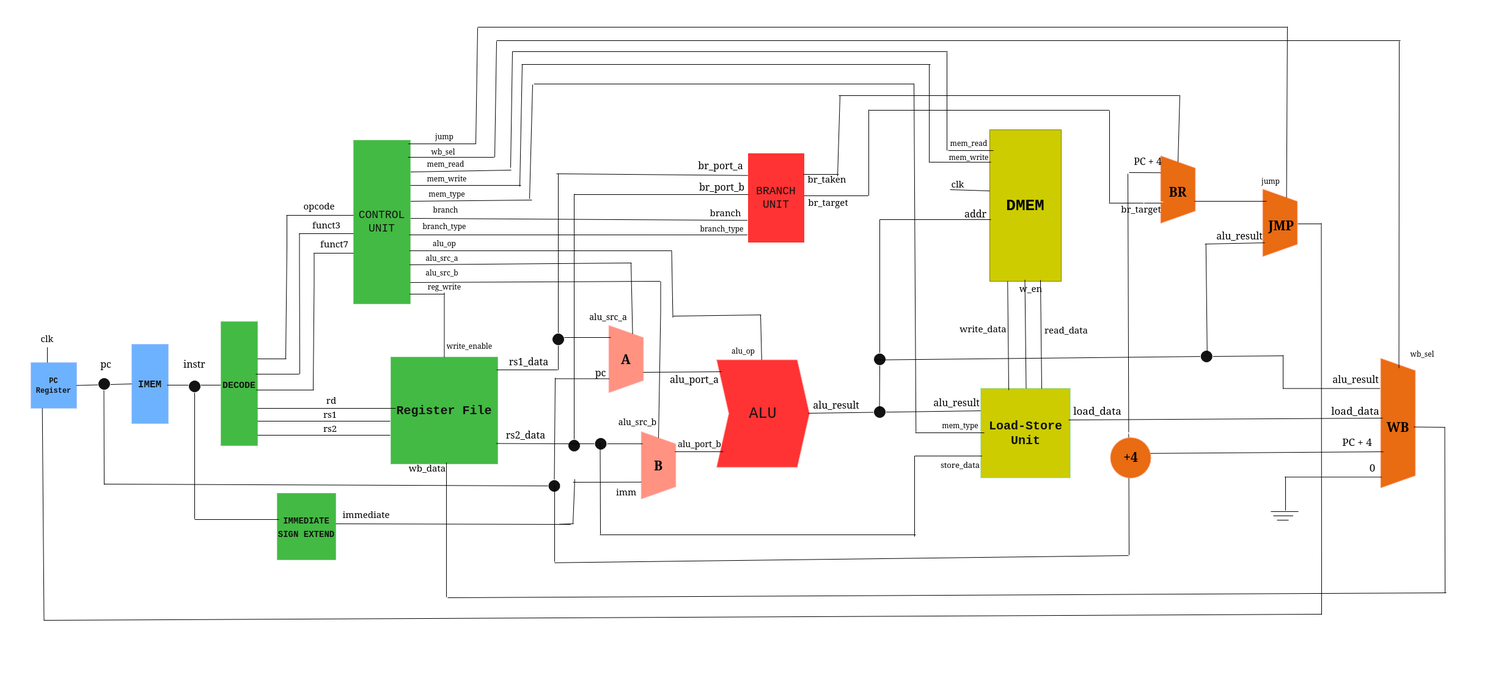
tasath26/RV32I-CPU keeps this draw.io diagram as screenshots/block_diagram.png. Above is the earlier version. Source tidied: cells renumbered, new cells last; positions are measured from the earlier drawing's top-left corner, leaving out a move shared by most shapes.
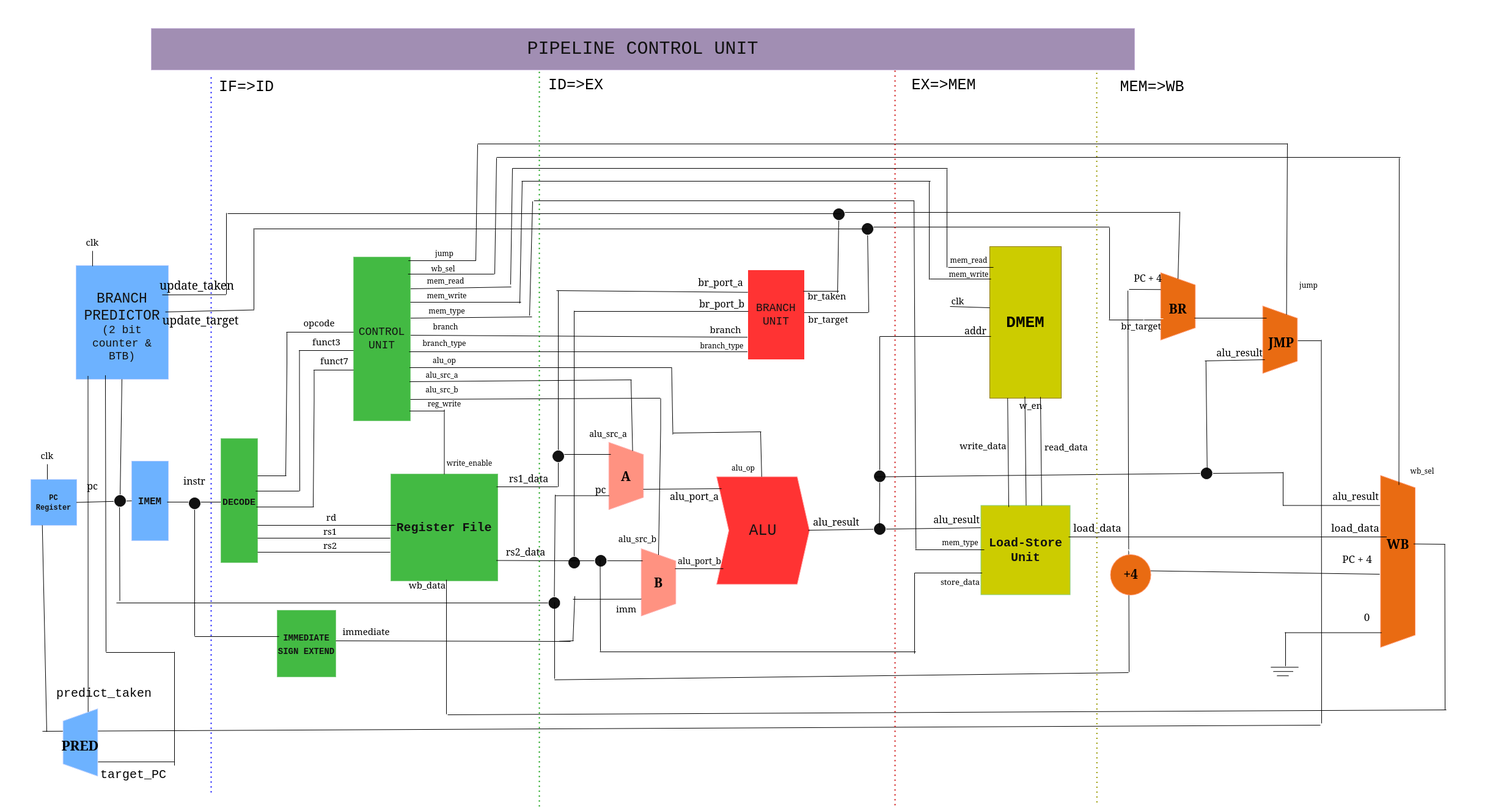
The same file after the commit.

Diff of the diagram source:
```diff
@@ -23,3 +23,3 @@
     <mxCell id="7" value="&lt;font style=&quot;font-size: 16px;&quot;&gt;&lt;span style=&quot;color: light-dark(rgb(0, 0, 0), rgb(0, 0, 0));&quot;&gt;pc&lt;/span&gt;&lt;/font&gt;" style="text;html=1;whiteSpace=wrap;strokeColor=none;fillColor=none;align=center;verticalAlign=middle;rounded=0;" parent="1" vertex="1">
-      <mxGeometry x="143" y="579.5" width="60" height="30" as="geometry" />
+      <mxGeometry x="121" y="588" width="60" height="30" as="geometry" />
     </mxCell>
@@ -321,4 +321,4 @@
       <mxGeometry relative="1" as="geometry">
-        <mxPoint x="169.5" y="631" as="sourcePoint" />
-        <mxPoint x="170" y="793" as="targetPoint" />
+        <mxPoint x="195.1" y="629.5" as="sourcePoint" />
+        <mxPoint x="195.6" y="791.5" as="targetPoint" />
       </mxGeometry>
@@ -393,3 +393,3 @@
       <mxGeometry relative="1" as="geometry">
-        <mxPoint x="170" y="792" as="sourcePoint" />
+        <mxPoint x="190" y="795" as="sourcePoint" />
         <mxPoint x="907" y="795" as="targetPoint" />
@@ -427,3 +427,3 @@
     <mxCell id="99" style="shape=trapezoid;perimeter=trapezoidPerimeter;whiteSpace=wrap;html=1;fixedSize=1;rotation=90;fillColor=#fa6800;strokeColor=#C73500;fontColor=#000000;" parent="1" vertex="1">
-      <mxGeometry x="2181" y="664" width="211.8" height="56.5" as="geometry" />
+      <mxGeometry x="2146.4" y="698.6" width="281" height="56.5" as="geometry" />
     </mxCell>
@@ -507,5 +507,2 @@
     </mxCell>
-    <mxCell id="114" style="ellipse;whiteSpace=wrap;html=1;" parent="1" vertex="1">
-      <mxGeometry x="160" y="618" width="20" height="20" as="geometry" />
-    </mxCell>
     <mxCell id="115" style="endArrow=none;html=1;rounded=0;strokeColor=light-dark(#000000,#000000);" parent="1" edge="1" target="116">
@@ -639,3 +636,3 @@
     </mxCell>
-    <mxCell id="145" style="endArrow=none;html=1;rounded=0;strokeColor=light-dark(#000000,#000000);entryX=0.461;entryY=0.94;entryDx=0;entryDy=0;entryPerimeter=0;" parent="1" edge="1" target="99">
+    <mxCell id="145" style="endArrow=none;html=1;rounded=0;strokeColor=light-dark(#000000,#000000);entryX=0.25;entryY=0;entryDx=0;entryDy=0;" parent="1" edge="1" target="165">
       <mxGeometry relative="1" as="geometry">
@@ -743,5 +740,4 @@
     </mxCell>
-    <mxCell id="168" style="endArrow=none;html=1;rounded=0;strokeColor=light-dark(#000000,#000000);" parent="1" edge="1">
+    <mxCell id="168" style="endArrow=none;html=1;rounded=0;strokeColor=light-dark(#000000,#000000);" parent="1" edge="1" source="237">
       <mxGeometry relative="1" as="geometry">
-        <mxPoint x="1370" y="288" as="sourcePoint" />
         <mxPoint x="1374" y="156" as="targetPoint" />
@@ -749,5 +745,4 @@
     </mxCell>
-    <mxCell id="169" style="endArrow=none;html=1;rounded=0;strokeColor=light-dark(#000000,#000000);" parent="1" edge="1">
+    <mxCell id="169" style="endArrow=none;html=1;rounded=0;strokeColor=light-dark(#000000,#000000);" parent="1" edge="1" source="239">
       <mxGeometry relative="1" as="geometry">
-        <mxPoint x="1421" y="319.5" as="sourcePoint" />
         <mxPoint x="1421" y="179" as="targetPoint" />
@@ -878,7 +873,8 @@
     <mxCell id="195" value="&lt;font&gt;&lt;span style=&quot;color: light-dark(rgb(0, 0, 0), rgb(0, 0, 0));&quot;&gt;jump&lt;/span&gt;&lt;/font&gt;" style="text;html=1;whiteSpace=wrap;strokeColor=none;fillColor=none;align=center;verticalAlign=middle;rounded=0;" parent="1" vertex="1">
-      <mxGeometry x="2042" y="285" width="73.5" height="21" as="geometry" />
+      <mxGeometry x="2104" y="264" width="73.5" height="21" as="geometry" />
     </mxCell>
-    <mxCell id="196" style="endArrow=none;html=1;rounded=0;strokeColor=light-dark(#000000,#000000);entryX=0.721;entryY=0.923;entryDx=0;entryDy=0;entryPerimeter=0;" parent="1" edge="1" target="99">
+    <mxCell id="196" style="endArrow=none;html=1;rounded=0;strokeColor=light-dark(#000000,#000000);" parent="1" edge="1">
       <mxGeometry relative="1" as="geometry">
         <mxPoint x="1848" y="742" as="sourcePoint" />
+        <mxPoint x="2257" y="748" as="targetPoint" />
       </mxGeometry>
@@ -899,4 +895,4 @@
       <mxGeometry relative="1" as="geometry">
-        <mxPoint x="2103" y="835.2" as="sourcePoint" />
-        <mxPoint x="2103" y="780" as="targetPoint" />
+        <mxPoint x="2103" y="898.4" as="sourcePoint" />
+        <mxPoint x="2103" y="843.2" as="targetPoint" />
       </mxGeometry>
@@ -905,4 +901,4 @@
       <mxGeometry relative="1" as="geometry">
-        <mxPoint x="2102" y="780.5" as="sourcePoint" />
-        <mxPoint x="2260" y="780.5" as="targetPoint" />
+        <mxPoint x="2102" y="843.7" as="sourcePoint" />
+        <mxPoint x="2260" y="843.7" as="targetPoint" />
       </mxGeometry>
@@ -911,4 +907,4 @@
       <mxGeometry relative="1" as="geometry">
-        <mxPoint x="2079" y="837" as="sourcePoint" />
-        <mxPoint x="2124" y="837" as="targetPoint" />
+        <mxPoint x="2079" y="900.2" as="sourcePoint" />
+        <mxPoint x="2124" y="900.2" as="targetPoint" />
       </mxGeometry>
@@ -917,4 +913,4 @@
       <mxGeometry relative="1" as="geometry">
-        <mxPoint x="2083" y="844" as="sourcePoint" />
-        <mxPoint x="2115.5" y="844" as="targetPoint" />
+        <mxPoint x="2083" y="907.2" as="sourcePoint" />
+        <mxPoint x="2115.5" y="907.2" as="targetPoint" />
       </mxGeometry>
@@ -923,4 +919,4 @@
       <mxGeometry relative="1" as="geometry">
-        <mxPoint x="2089" y="851" as="sourcePoint" />
-        <mxPoint x="2108" y="851" as="targetPoint" />
+        <mxPoint x="2089" y="914.2" as="sourcePoint" />
+        <mxPoint x="2108" y="914.2" as="targetPoint" />
       </mxGeometry>
@@ -928,3 +924,3 @@
     <mxCell id="206" value="&lt;font style=&quot;font-size: 17px;&quot;&gt;&lt;span style=&quot;color: light-dark(rgb(0, 0, 0), rgb(0, 0, 0));&quot;&gt;0&lt;/span&gt;&lt;/font&gt;" style="text;html=1;whiteSpace=wrap;strokeColor=none;fillColor=none;align=center;verticalAlign=middle;rounded=0;" parent="1" vertex="1">
-      <mxGeometry x="2211" y="754" width="68.5" height="21" as="geometry" />
+      <mxGeometry x="2202" y="807" width="68.5" height="21" as="geometry" />
     </mxCell>
@@ -965,3 +961,3 @@
       <mxGeometry relative="1" as="geometry">
-        <mxPoint x="2162" y="1006" as="sourcePoint" />
+        <mxPoint x="2162" y="992" as="sourcePoint" />
         <mxPoint x="2161.5" y="364.6" as="targetPoint" />
@@ -971,4 +967,4 @@
       <mxGeometry relative="1" as="geometry">
-        <mxPoint x="71" y="1015" as="sourcePoint" />
-        <mxPoint x="2162" y="1005" as="targetPoint" />
+        <mxPoint x="69" y="1005" as="sourcePoint" />
+        <mxPoint x="2160" y="995" as="targetPoint" />
       </mxGeometry>
@@ -977,3 +973,3 @@
       <mxGeometry relative="1" as="geometry">
-        <mxPoint x="71.5" y="1014" as="targetPoint" />
+        <mxPoint x="76" y="1006" as="targetPoint" />
       </mxGeometry>
@@ -1004,2 +1000,167 @@
     </mxCell>
+    <mxCell id="223" value="&lt;div&gt;&lt;br&gt;&lt;/div&gt;&lt;div&gt;&lt;font face=&quot;Courier New&quot; style=&quot;font-size: 23px;&quot;&gt;BRANCH PREDICTOR&lt;/font&gt;&lt;/div&gt;&lt;div&gt;&lt;font face=&quot;Courier New&quot; style=&quot;font-size: 18px;&quot;&gt;(2 bit counter &amp;amp; BTB)&lt;/font&gt;&lt;/div&gt;" style="rounded=0;whiteSpace=wrap;html=1;fillColor=#0050ef;strokeColor=#001DBC;fontColor=#ffffff;" parent="1" vertex="1">
+      <mxGeometry x="124" y="243" width="151" height="186" as="geometry" />
+    </mxCell>
+    <mxCell id="224" style="endArrow=none;html=1;rounded=0;strokeColor=light-dark(#000000,#000000);" parent="1" edge="1">
+      <mxGeometry relative="1" as="geometry">
+        <mxPoint x="151" y="244" as="sourcePoint" />
+        <mxPoint x="151" y="219" as="targetPoint" />
+      </mxGeometry>
+    </mxCell>
+    <mxCell id="225" value="&lt;font style=&quot;font-size: 15px;&quot;&gt;&lt;span style=&quot;color: light-dark(rgb(0, 0, 0), rgb(0, 0, 0));&quot;&gt;clk&lt;/span&gt;&lt;/font&gt;" style="text;html=1;whiteSpace=wrap;strokeColor=none;fillColor=none;align=center;verticalAlign=middle;rounded=0;" parent="1" vertex="1">
+      <mxGeometry x="103" y="189" width="96" height="30" as="geometry" />
+    </mxCell>
+    <mxCell id="226" style="endArrow=none;html=1;rounded=0;strokeColor=light-dark(#000000,#000000);exitX=0.341;exitY=1.004;exitDx=0;exitDy=0;exitPerimeter=0;" parent="1" edge="1" source="114">
+      <mxGeometry relative="1" as="geometry">
+        <mxPoint x="197" y="629.8" as="targetPoint" />
+      </mxGeometry>
+    </mxCell>
+    <mxCell id="227" style="endArrow=none;dashed=1;html=1;dashPattern=1 3;strokeWidth=2;rounded=0;strokeColor=light-dark(#000000,#0000FF);" parent="1" edge="1">
+      <mxGeometry relative="1" as="geometry">
+        <mxPoint x="345" y="1105" as="sourcePoint" />
+        <mxPoint x="345" y="-68" as="targetPoint" />
+      </mxGeometry>
+    </mxCell>
+    <mxCell id="228" style="endArrow=none;dashed=1;html=1;dashPattern=1 3;strokeWidth=2;rounded=0;strokeColor=light-dark(#000000,#009900);" parent="1" edge="1">
+      <mxGeometry relative="1" as="geometry">
+        <mxPoint x="882" y="1128" as="sourcePoint" />
+        <mxPoint x="882" y="-83" as="targetPoint" />
+      </mxGeometry>
+    </mxCell>
+    <mxCell id="229" style="endArrow=none;dashed=1;html=1;dashPattern=1 3;strokeWidth=2;rounded=0;strokeColor=light-dark(#000000,#CC0000);" parent="1" edge="1">
+      <mxGeometry relative="1" as="geometry">
+        <mxPoint x="1464" y="1126" as="sourcePoint" />
+        <mxPoint x="1464" y="-79" as="targetPoint" />
+      </mxGeometry>
+    </mxCell>
+    <mxCell id="230" style="endArrow=none;dashed=1;html=1;dashPattern=1 3;strokeWidth=2;rounded=0;strokeColor=light-dark(#000000,#999900);" parent="1" edge="1">
+      <mxGeometry relative="1" as="geometry">
+        <mxPoint x="1794.3" y="1121.5" as="sourcePoint" />
+        <mxPoint x="1794" y="-77" as="targetPoint" />
+      </mxGeometry>
+    </mxCell>
+    <mxCell id="231" value="&lt;font face=&quot;Courier New&quot; style=&quot;font-size: 30px;&quot;&gt;PIPELINE CONTROL UNIT&lt;/font&gt;" style="rounded=0;whiteSpace=wrap;html=1;fillColor=#76608a;strokeColor=#432D57;fontColor=#ffffff;" parent="1" vertex="1">
+      <mxGeometry x="247" y="-145" width="1609" height="68" as="geometry" />
+    </mxCell>
+    <mxCell id="232" value="&lt;font style=&quot;font-size: 25px;&quot; face=&quot;Courier New&quot;&gt;&lt;span style=&quot;color: light-dark(rgb(0, 0, 0), rgb(0, 0, 0));&quot;&gt;IF=&amp;gt;ID&lt;/span&gt;&lt;/font&gt;" style="text;html=1;whiteSpace=wrap;strokeColor=none;fillColor=none;align=center;verticalAlign=middle;rounded=0;" parent="1" vertex="1">
+      <mxGeometry x="328" y="-77" width="150" height="56" as="geometry" />
+    </mxCell>
+    <mxCell id="233" value="&lt;font style=&quot;font-size: 25px;&quot; face=&quot;Courier New&quot;&gt;&lt;span style=&quot;color: light-dark(rgb(0, 0, 0), rgb(0, 0, 0));&quot;&gt;ID=&amp;gt;EX&lt;/span&gt;&lt;/font&gt;" style="text;html=1;whiteSpace=wrap;strokeColor=none;fillColor=none;align=center;verticalAlign=middle;rounded=0;" parent="1" vertex="1">
+      <mxGeometry x="867" y="-80" width="150" height="56" as="geometry" />
+    </mxCell>
+    <mxCell id="234" value="&lt;font style=&quot;font-size: 25px;&quot; face=&quot;Courier New&quot;&gt;&lt;span style=&quot;color: light-dark(rgb(0, 0, 0), rgb(0, 0, 0));&quot;&gt;EX=&amp;gt;MEM&lt;/span&gt;&lt;/font&gt;" style="text;html=1;whiteSpace=wrap;strokeColor=none;fillColor=none;align=center;verticalAlign=middle;rounded=0;" parent="1" vertex="1">
+      <mxGeometry x="1469" y="-80" width="150" height="56" as="geometry" />
+    </mxCell>
+    <mxCell id="235" value="&lt;font style=&quot;font-size: 25px;&quot; face=&quot;Courier New&quot;&gt;&lt;span style=&quot;color: light-dark(rgb(0, 0, 0), rgb(0, 0, 0));&quot;&gt;MEM=&amp;gt;WB&lt;/span&gt;&lt;/font&gt;" style="text;html=1;whiteSpace=wrap;strokeColor=none;fillColor=none;align=center;verticalAlign=middle;rounded=0;" parent="1" vertex="1">
+      <mxGeometry x="1810" y="-77" width="150" height="56" as="geometry" />
+    </mxCell>
+    <mxCell id="236" style="endArrow=none;html=1;rounded=0;strokeColor=light-dark(#000000,#000000);" parent="1" edge="1" target="237">
+      <mxGeometry relative="1" as="geometry">
+        <mxPoint x="1370" y="288" as="sourcePoint" />
+      </mxGeometry>
+    </mxCell>
+    <mxCell id="237" style="ellipse;whiteSpace=wrap;html=1;" parent="1" vertex="1">
+      <mxGeometry x="1362" y="149" width="20" height="20" as="geometry" />
+    </mxCell>
+    <mxCell id="238" style="endArrow=none;html=1;rounded=0;strokeColor=light-dark(#000000,#000000);" parent="1" edge="1" target="239">
+      <mxGeometry relative="1" as="geometry">
+        <mxPoint x="1421" y="319.5" as="sourcePoint" />
+      </mxGeometry>
+    </mxCell>
+    <mxCell id="239" style="ellipse;whiteSpace=wrap;html=1;" parent="1" vertex="1">
+      <mxGeometry x="1409" y="173" width="20" height="20" as="geometry" />
+    </mxCell>
+    <mxCell id="240" style="endArrow=none;html=1;rounded=0;strokeColor=light-dark(#000000,#000000);" parent="1" edge="1">
+      <mxGeometry relative="1" as="geometry">
+        <mxPoint x="372" y="158" as="sourcePoint" />
+        <mxPoint x="1375" y="158.1" as="targetPoint" />
+      </mxGeometry>
+    </mxCell>
+    <mxCell id="241" style="endArrow=none;html=1;rounded=0;strokeColor=light-dark(#000000,#000000);" parent="1" edge="1">
+      <mxGeometry relative="1" as="geometry">
+        <mxPoint x="416" y="183" as="sourcePoint" />
+        <mxPoint x="1419" y="183.1" as="targetPoint" />
+      </mxGeometry>
+    </mxCell>
+    <mxCell id="242" style="endArrow=none;html=1;rounded=0;strokeColor=light-dark(#000000,#000000);" parent="1" edge="1">
+      <mxGeometry relative="1" as="geometry">
+        <mxPoint x="370" y="290" as="sourcePoint" />
+        <mxPoint x="370" y="157" as="targetPoint" />
+      </mxGeometry>
+    </mxCell>
+    <mxCell id="243" style="endArrow=none;html=1;rounded=0;strokeColor=light-dark(#000000,#000000);" parent="1" edge="1">
+      <mxGeometry relative="1" as="geometry">
+        <mxPoint x="415" y="315" as="sourcePoint" />
+        <mxPoint x="415" y="182" as="targetPoint" />
+      </mxGeometry>
+    </mxCell>
+    <mxCell id="244" style="endArrow=none;html=1;rounded=0;strokeColor=light-dark(#000000,#000000);" parent="1" edge="1">
+      <mxGeometry relative="1" as="geometry">
+        <mxPoint x="265" y="291" as="sourcePoint" />
+        <mxPoint x="369.5" y="290.6" as="targetPoint" />
+      </mxGeometry>
+    </mxCell>
+    <mxCell id="245" style="endArrow=none;html=1;rounded=0;strokeColor=light-dark(#000000,#000000);exitX=0.968;exitY=0.408;exitDx=0;exitDy=0;exitPerimeter=0;" parent="1" edge="1" source="223">
+      <mxGeometry relative="1" as="geometry">
+        <mxPoint x="415.5" y="315.6" as="targetPoint" />
+      </mxGeometry>
+    </mxCell>
+    <mxCell id="246" value="&lt;font style=&quot;font-size: 19px;&quot;&gt;&lt;span style=&quot;color: light-dark(rgb(0, 0, 0), rgb(0, 0, 0));&quot;&gt;update_taken&lt;/span&gt;&lt;/font&gt;" style="text;html=1;whiteSpace=wrap;strokeColor=none;fillColor=none;align=center;verticalAlign=middle;rounded=0;" parent="1" vertex="1">
+      <mxGeometry x="285" y="264" width="73.5" height="21" as="geometry" />
+    </mxCell>
+    <mxCell id="247" value="&lt;font style=&quot;font-size: 19px;&quot;&gt;&lt;span style=&quot;color: light-dark(rgb(0, 0, 0), rgb(0, 0, 0));&quot;&gt;update_target&lt;/span&gt;&lt;/font&gt;" style="text;html=1;whiteSpace=wrap;strokeColor=none;fillColor=none;align=center;verticalAlign=middle;rounded=0;" parent="1" vertex="1">
+      <mxGeometry x="291" y="321" width="73.5" height="21" as="geometry" />
+    </mxCell>
+    <mxCell id="248" style="endArrow=none;html=1;rounded=0;strokeColor=light-dark(#000000,#000000);exitX=0.341;exitY=1.004;exitDx=0;exitDy=0;exitPerimeter=0;entryX=1;entryY=0.75;entryDx=0;entryDy=0;" parent="1" edge="1" target="251">
+      <mxGeometry relative="1" as="geometry">
+        <mxPoint x="143.5" y="424" as="sourcePoint" />
+      </mxGeometry>
+    </mxCell>
+    <mxCell id="249" style="ellipse;whiteSpace=wrap;html=1;fillColor=light-dark(#FFFFFF,#FFFFFF);" parent="1" vertex="1">
+      <mxGeometry x="89" y="-191" width="80" height="80" as="geometry" />
+    </mxCell>
+    <mxCell id="250" value="&lt;font face=&quot;Courier New&quot; style=&quot;font-size: 20px;&quot;&gt;&lt;span style=&quot;color: light-dark(rgb(0, 0, 0), rgb(0, 0, 0));&quot;&gt;predict_taken&lt;/span&gt;&lt;/font&gt;" style="text;html=1;whiteSpace=wrap;strokeColor=none;fillColor=none;align=center;verticalAlign=middle;rounded=0;" parent="1" vertex="1">
+      <mxGeometry x="132.5" y="932" width="73.5" height="21" as="geometry" />
+    </mxCell>
+    <mxCell id="251" style="shape=trapezoid;perimeter=trapezoidPerimeter;whiteSpace=wrap;html=1;fixedSize=1;rotation=-90;fillColor=#0050ef;strokeColor=#001DBC;fontColor=#ffffff;" parent="1" vertex="1">
+      <mxGeometry x="76" y="995" width="110" height="56.5" as="geometry" />
+    </mxCell>
+    <mxCell id="252" style="endArrow=none;html=1;rounded=0;strokeColor=light-dark(#000000,#000000);exitX=0.341;exitY=1.004;exitDx=0;exitDy=0;exitPerimeter=0;" parent="1" edge="1" target="114">
+      <mxGeometry relative="1" as="geometry">
+        <mxPoint x="199" y="429" as="sourcePoint" />
+      </mxGeometry>
+    </mxCell>
+    <mxCell id="114" style="ellipse;whiteSpace=wrap;html=1;" parent="1" vertex="1">
+      <mxGeometry x="186" y="618" width="20" height="20" as="geometry" />
+    </mxCell>
+    <mxCell id="253" style="endArrow=none;html=1;rounded=0;strokeColor=light-dark(#000000,#000000);exitX=0.341;exitY=1.004;exitDx=0;exitDy=0;exitPerimeter=0;" parent="1" edge="1">
+      <mxGeometry relative="1" as="geometry">
+        <mxPoint x="172" y="422.5" as="sourcePoint" />
+        <mxPoint x="173" y="875" as="targetPoint" />
+      </mxGeometry>
+    </mxCell>
+    <mxCell id="254" style="endArrow=none;html=1;rounded=0;strokeColor=light-dark(#000000,#000000);entryX=0.75;entryY=1;entryDx=0;entryDy=0;" parent="1" edge="1">
+      <mxGeometry relative="1" as="geometry">
+        <mxPoint x="173" y="876" as="sourcePoint" />
+        <mxPoint x="285" y="876" as="targetPoint" />
+      </mxGeometry>
+    </mxCell>
+    <mxCell id="255" style="endArrow=none;html=1;rounded=0;strokeColor=light-dark(#000000,#000000);" parent="1" edge="1">
+      <mxGeometry relative="1" as="geometry">
+        <mxPoint x="285" y="1061" as="sourcePoint" />
+        <mxPoint x="285" y="875" as="targetPoint" />
+      </mxGeometry>
+    </mxCell>
+    <mxCell id="256" style="endArrow=none;html=1;rounded=0;strokeColor=light-dark(#000000,#000000);" parent="1" edge="1">
+      <mxGeometry relative="1" as="geometry">
+        <mxPoint x="160" y="1055.1" as="sourcePoint" />
+        <mxPoint x="285" y="1055" as="targetPoint" />
+      </mxGeometry>
+    </mxCell>
+    <mxCell id="257" value="&lt;font face=&quot;Courier New&quot; style=&quot;font-size: 20px;&quot;&gt;&lt;span style=&quot;color: light-dark(rgb(0, 0, 0), rgb(0, 0, 0));&quot;&gt;target_PC&lt;/span&gt;&lt;/font&gt;" style="text;html=1;whiteSpace=wrap;strokeColor=none;fillColor=none;align=center;verticalAlign=middle;rounded=0;" parent="1" vertex="1">
+      <mxGeometry x="181" y="1065" width="73.5" height="21" as="geometry" />
+    </mxCell>
+    <mxCell id="258" value="&lt;font style=&quot;font-size: 22px;&quot; face=&quot;Comic Sans MS&quot;&gt;&lt;span style=&quot;color: light-dark(rgb(0, 0, 0), rgb(0, 0, 0));&quot;&gt;&lt;b&gt;PRED&lt;/b&gt;&lt;/span&gt;&lt;/font&gt;" style="text;html=1;whiteSpace=wrap;strokeColor=none;fillColor=none;align=center;verticalAlign=middle;rounded=0;" parent="1" vertex="1">
+      <mxGeometry x="94.2" y="1016" width="73.5" height="21" as="geometry" />
+    </mxCell>
   </root>
```
